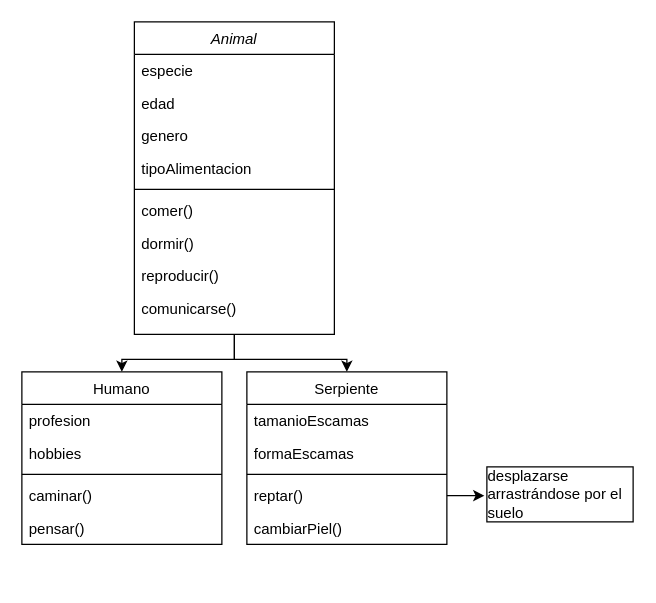
Before: Animal.drawio in monick96/diagramasVarios, a draw.io diagram. Source tidied: cells renumbered, new cells numbered last; positions are measured from the earlier drawing's top-left corner, leaving out a move shared by most shapes. Both pictures are drawn from the tidied source at 125%, with x=0, y=0 at pixel (21, 21).
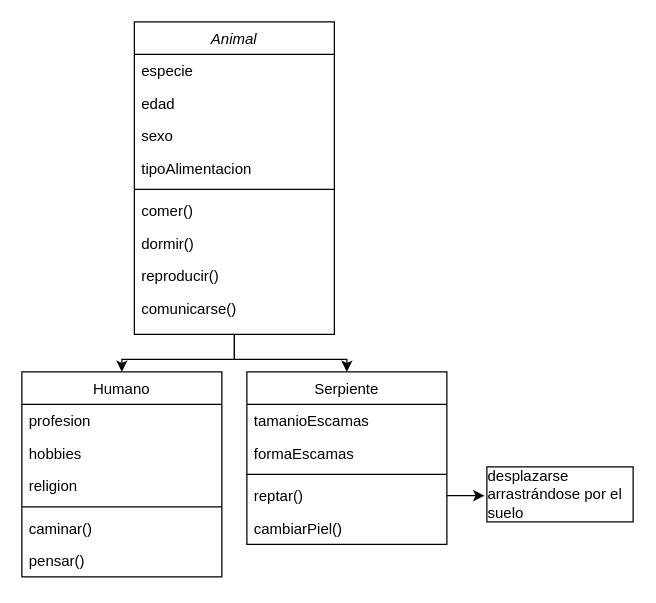
Above is the later version.

The change refers to these unchanged cells:
```xml
<mxCell id="4" value="Animal" style="swimlane;fontStyle=2;align=center;verticalAlign=top;horizontal=1;startSize=26;rounded=0;shadow=0;strokeWidth=1;" parent="1" vertex="1">
  <mxGeometry x="90" width="160" height="250" as="geometry" />
</mxCell>
```

Diff of the diagram source:
```diff
@@
-    <mxCell id="7" value="genero" style="text;align=left;verticalAlign=top;spacingLeft=4;spacingRight=4;overflow=hidden;rounded=0;shadow=0;html=0;" parent="4" vertex="1">
+    <mxCell id="7" value="sexo" style="text;align=left;verticalAlign=top;spacingLeft=4;spacingRight=4;overflow=hidden;rounded=0;shadow=0;html=0;" parent="4" vertex="1">
       <mxGeometry y="78" width="160" height="26" as="geometry" />
     </mxCell>
@@
     <mxCell id="14" value="Humano" style="swimlane;fontStyle=0;align=center;verticalAlign=top;horizontal=1;startSize=26;rounded=0;shadow=0;strokeWidth=1;" parent="1" vertex="1">
-      <mxGeometry y="280" width="160" height="138" as="geometry" />
+      <mxGeometry y="280" width="160" height="164" as="geometry" />
     </mxCell>
@@
+    <mxCell id="28" value="religion" style="text;align=left;verticalAlign=top;spacingLeft=4;spacingRight=4;overflow=hidden;rounded=0;shadow=0;html=0;" parent="14" vertex="1">
+      <mxGeometry y="78" width="160" height="26" as="geometry" />
+    </mxCell>
     <mxCell id="17" style="line;html=1;strokeWidth=1;align=left;verticalAlign=middle;spacingTop=-1;spacingLeft=3;spacingRight=3;labelPosition=right;" parent="14" vertex="1">
-      <mxGeometry y="78" width="160" height="8" as="geometry" />
+      <mxGeometry y="104" width="160" height="8" as="geometry" />
     </mxCell>
     <mxCell id="18" value="caminar()" style="text;align=left;verticalAlign=top;spacingLeft=4;spacingRight=4;overflow=hidden;fontStyle=0;" parent="14" vertex="1">
-      <mxGeometry y="86" width="160" height="26" as="geometry" />
+      <mxGeometry y="112" width="160" height="26" as="geometry" />
     </mxCell>
     <mxCell id="19" value="pensar()" style="text;align=left;verticalAlign=top;spacingLeft=4;spacingRight=4;overflow=hidden;" parent="14" vertex="1">
-      <mxGeometry y="112" width="160" height="26" as="geometry" />
+      <mxGeometry y="138" width="160" height="26" as="geometry" />
     </mxCell>
```
